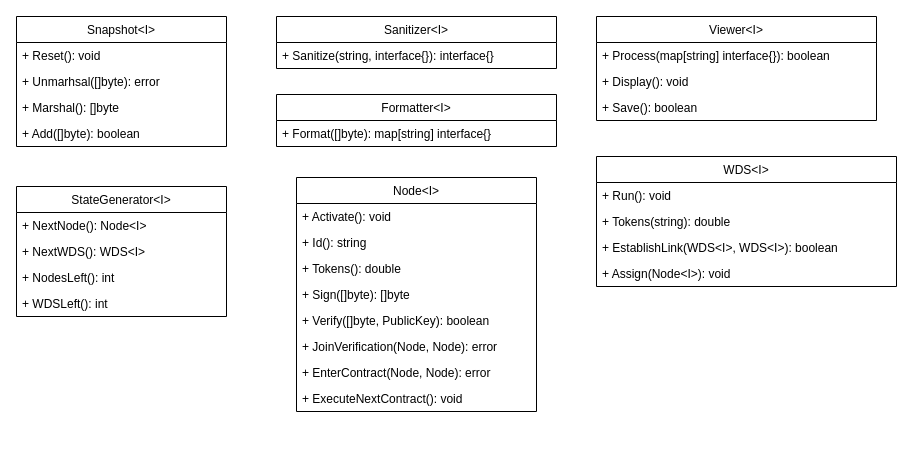
This is page "Page-3" (3 of 3) of specs/DesignSpecs.drawio from arstevens/hive-sim, a draw.io file, before an edit. Source tidied: cells renumbered, new cells numbered last; positions are measured from the earlier drawing's top-left corner, leaving out a move shared by most shapes. Both pictures are drawn from the tidied source at 100%, with x=0, y=0 at pixel (16, 16).
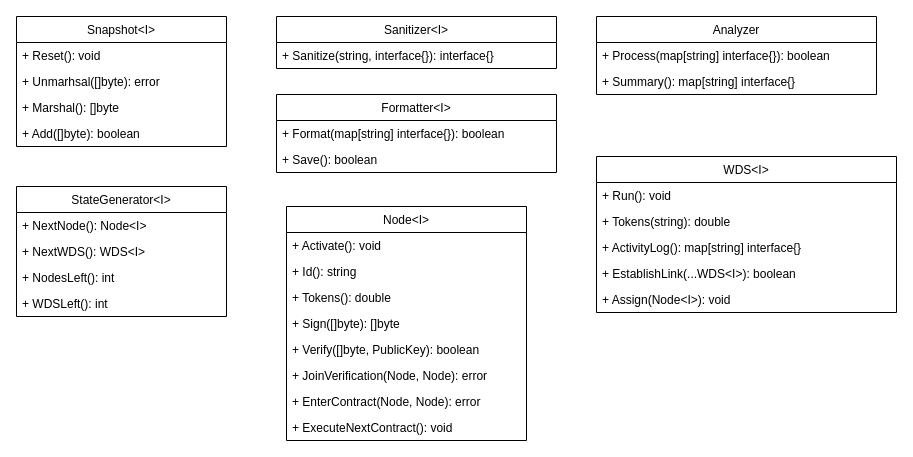
After the change.

Diff of the diagram source:
```diff
@@
     <mxCell id="14" value="Formatter&lt;I&gt;" style="swimlane;fontStyle=0;horizontal=1;startSize=26;fillColor=none;" parent="1" vertex="1">
-      <mxGeometry x="260" y="78" width="280" height="52" as="geometry" />
+      <mxGeometry x="260" y="78" width="280" height="78" as="geometry" />
     </mxCell>
-    <mxCell id="15" value="+ Format([]byte): map[string] interface{}" style="text;strokeColor=none;fillColor=none;align=left;verticalAlign=top;spacingLeft=4;spacingRight=4;overflow=hidden;" parent="14" vertex="1">
+    <mxCell id="15" value="+ Format(map[string] interface{}): boolean" style="text;strokeColor=none;fillColor=none;align=left;verticalAlign=top;spacingLeft=4;spacingRight=4;overflow=hidden;" parent="14" vertex="1">
       <mxGeometry y="26" width="280" height="26" as="geometry" />
     </mxCell>
+    <mxCell id="19" value="+ Save(): boolean" style="text;strokeColor=none;fillColor=none;align=left;verticalAlign=top;spacingLeft=4;spacingRight=4;overflow=hidden;" parent="14" vertex="1">
+      <mxGeometry y="52" width="280" height="26" as="geometry" />
+    </mxCell>
-    <mxCell id="16" value="Viewer&lt;I&gt;" style="swimlane;fontStyle=0;horizontal=1;startSize=26;fillColor=none;" parent="1" vertex="1">
-      <mxGeometry x="580" width="280" height="104" as="geometry" />
+    <mxCell id="16" value="Analyzer" style="swimlane;fontStyle=0;horizontal=1;startSize=26;fillColor=none;" parent="1" vertex="1">
+      <mxGeometry x="580" width="280" height="78" as="geometry" />
     </mxCell>
@@
-    <mxCell id="18" value="+ Display(): void" style="text;strokeColor=none;fillColor=none;align=left;verticalAlign=top;spacingLeft=4;spacingRight=4;overflow=hidden;" parent="16" vertex="1">
+    <mxCell id="18" value="+ Summary(): map[string] interface{}" style="text;strokeColor=none;fillColor=none;align=left;verticalAlign=top;spacingLeft=4;spacingRight=4;overflow=hidden;" parent="16" vertex="1">
       <mxGeometry y="52" width="280" height="26" as="geometry" />
     </mxCell>
-    <mxCell id="19" value="+ Save(): boolean&#10;" style="text;strokeColor=none;fillColor=none;align=left;verticalAlign=top;spacingLeft=4;spacingRight=4;overflow=hidden;" parent="16" vertex="1">
-      <mxGeometry y="78" width="280" height="26" as="geometry" />
-    </mxCell>
     <mxCell id="20" value="WDS&lt;I&gt;" style="swimlane;fontStyle=0;horizontal=1;startSize=26;fillColor=none;" parent="1" vertex="1">
-      <mxGeometry x="580" y="140" width="300" height="130" as="geometry" />
+      <mxGeometry x="580" y="140" width="300" height="156" as="geometry" />
     </mxCell>
@@
+    <mxCell id="34" value="+ ActivityLog(): map[string] interface{}" style="text;strokeColor=none;fillColor=none;align=left;verticalAlign=top;spacingLeft=4;spacingRight=4;overflow=hidden;" parent="20" vertex="1">
+      <mxGeometry y="78" width="300" height="26" as="geometry" />
+    </mxCell>
-    <mxCell id="23" value="+ EstablishLink(WDS&lt;I&gt;, WDS&lt;I&gt;): boolean" style="text;strokeColor=none;fillColor=none;align=left;verticalAlign=top;spacingLeft=4;spacingRight=4;overflow=hidden;" parent="20" vertex="1">
-      <mxGeometry y="78" width="300" height="26" as="geometry" />
+    <mxCell id="23" value="+ EstablishLink(...WDS&lt;I&gt;): boolean" style="text;strokeColor=none;fillColor=none;align=left;verticalAlign=top;spacingLeft=4;spacingRight=4;overflow=hidden;" parent="20" vertex="1">
+      <mxGeometry y="104" width="300" height="26" as="geometry" />
     </mxCell>
     <mxCell id="24" value="+ Assign(Node&lt;I&gt;): void" style="text;strokeColor=none;fillColor=none;align=left;verticalAlign=top;spacingLeft=4;spacingRight=4;overflow=hidden;" parent="20" vertex="1">
-      <mxGeometry y="104" width="300" height="26" as="geometry" />
+      <mxGeometry y="130" width="300" height="26" as="geometry" />
     </mxCell>
     <mxCell id="25" value="Node&lt;I&gt;" style="swimlane;fontStyle=0;horizontal=1;startSize=26;fillColor=none;" parent="1" vertex="1">
-      <mxGeometry x="280" y="161" width="240" height="234" as="geometry" />
+      <mxGeometry x="270" y="190" width="240" height="234" as="geometry" />
     </mxCell>
```
